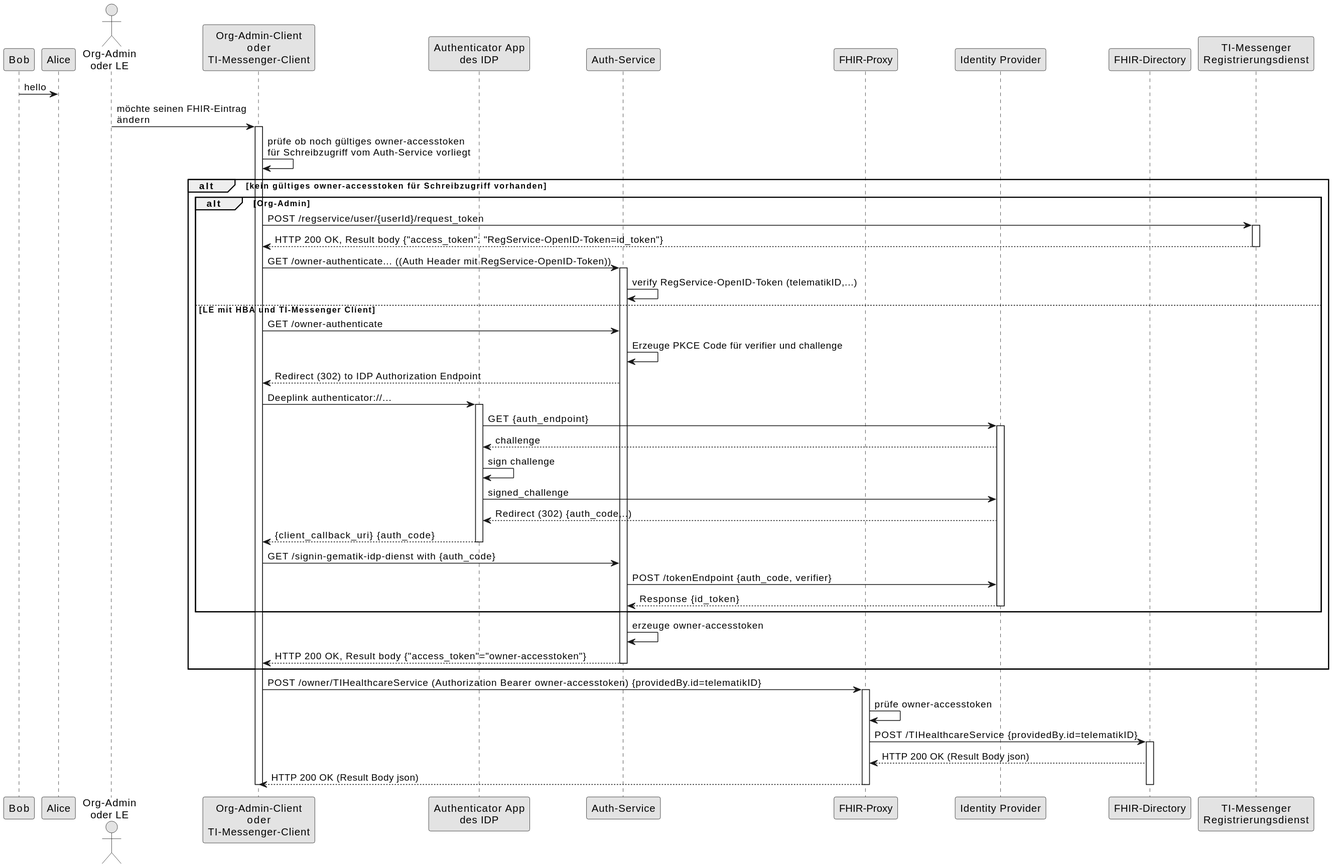
This is images/diagrams/SequenceDiagram.FHIR-Directory.owner.svg from gematik/api-vzd, a PlantUML export, as it was before one commit.
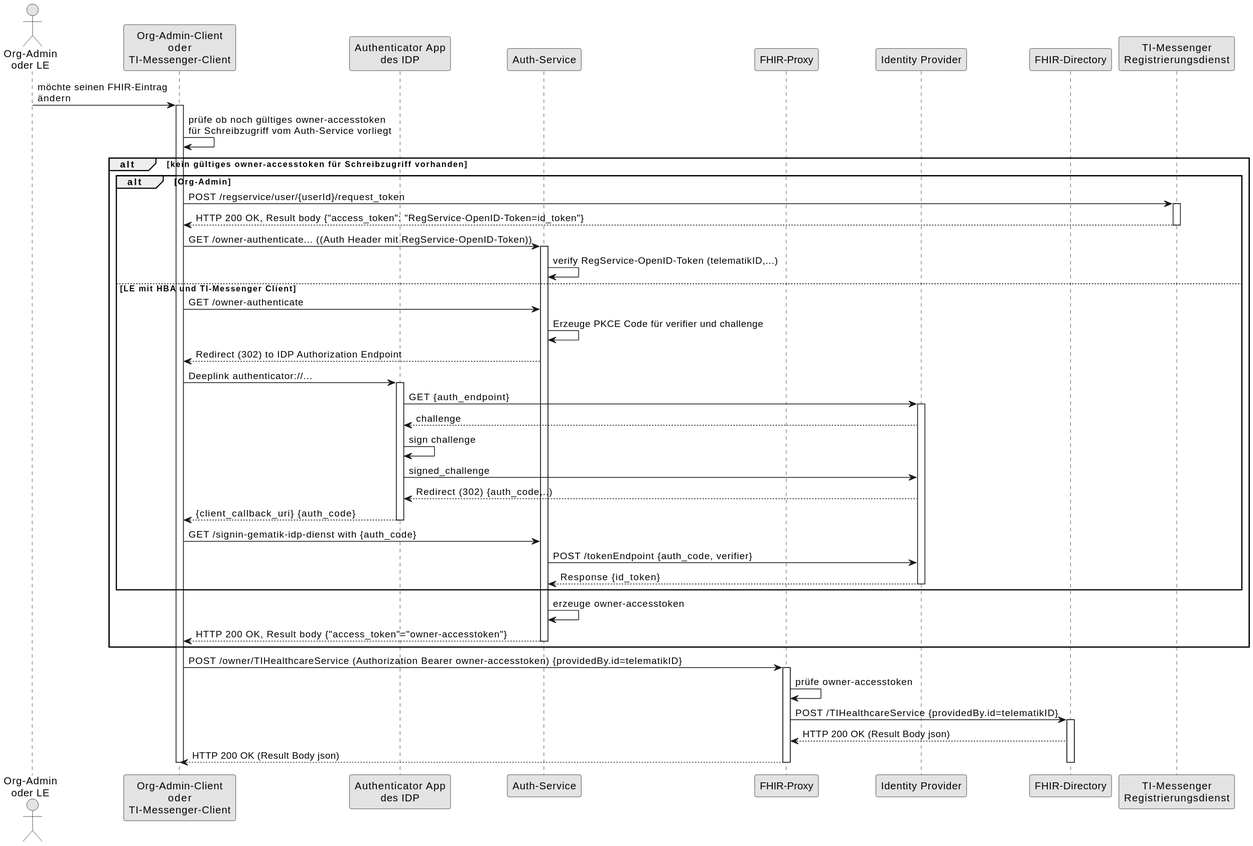
The same file after the commit.

Commit message:
Commit from GitHub Actions (GeneratePlantumlImages)

Diff of the diagram source:
```diff
@@ -1,5 +1,4 @@
 @startuml
-Bob -> Alice : hello
 
 skinparam dpi 100
 skinparam WrapWidth 200
```
